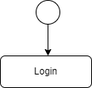
This is SE PRAC/LAB 4/Activity Diagram.drawio.png from angreatharva/SPIT-FYMCA, a draw.io export, as it was before one commit. Source tidied: cells renumbered, new cells last; positions are measured from the earlier drawing's top-left corner, leaving out a move shared by most shapes.
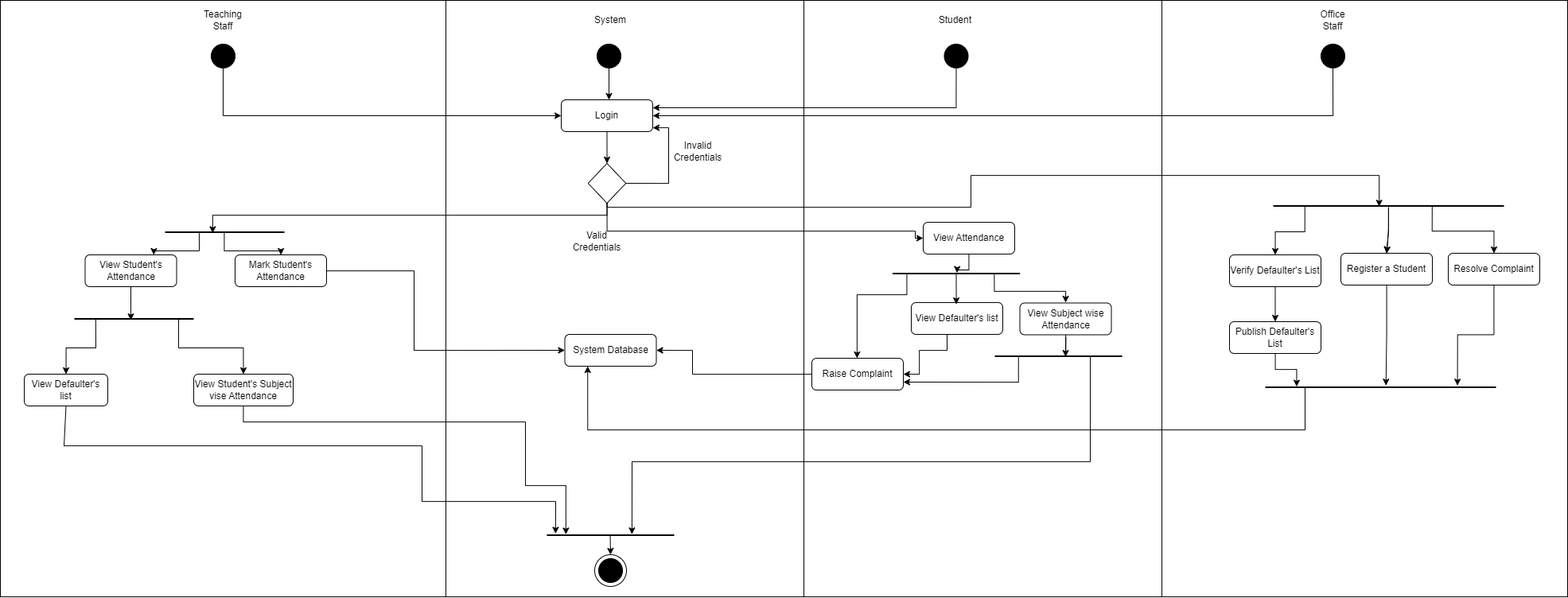
Later version of the same file.

The edit, as a diff of the source:
```diff
@@ -2,14 +2,346 @@
   <root>
     <mxCell id="0" />
     <mxCell id="1" parent="0" />
+    <mxCell id="5" style="rounded=0;whiteSpace=wrap;html=1;" parent="1" vertex="1">
+      <mxGeometry x="755" y="-55" width="510" height="750" as="geometry" />
+    </mxCell>
+    <mxCell id="6" style="rounded=0;whiteSpace=wrap;html=1;" parent="1" vertex="1">
+      <mxGeometry x="305" y="-55" width="450" height="750" as="geometry" />
+    </mxCell>
+    <mxCell id="7" style="rounded=0;whiteSpace=wrap;html=1;" parent="1" vertex="1">
+      <mxGeometry x="-145" y="-55" width="450" height="750" as="geometry" />
+    </mxCell>
+    <mxCell id="8" style="rounded=0;whiteSpace=wrap;html=1;" parent="1" vertex="1">
+      <mxGeometry x="-705" y="-55" width="560" height="750" as="geometry" />
+    </mxCell>
+    <mxCell id="9" style="ellipse;whiteSpace=wrap;html=1;fontSize=9;" parent="1" vertex="1">
+      <mxGeometry x="42" y="642" width="40" height="40" as="geometry" />
+    </mxCell>
     <mxCell id="2" style="edgeStyle=orthogonalEdgeStyle;rounded=0;jettySize=auto;html=1;entryX=0.522;entryY=0;entryDx=0;entryDy=0;entryPerimeter=0;" parent="1" edge="1" source="3" target="4">
       <mxGeometry relative="1" as="geometry" />
     </mxCell>
-    <mxCell id="3" style="ellipse;whiteSpace=wrap;html=1;fillStyle=solid;" parent="1" vertex="1">
+    <mxCell id="3" style="ellipse;whiteSpace=wrap;html=1;fillStyle=solid;fillColor=#000000;" parent="1" vertex="1">
       <mxGeometry x="45" width="30" height="30" as="geometry" />
     </mxCell>
     <mxCell id="4" value="Login" style="rounded=1;whiteSpace=wrap;html=1;" parent="1" vertex="1">
       <mxGeometry y="70" width="115" height="40" as="geometry" />
     </mxCell>
+    <mxCell id="10" style="ellipse;whiteSpace=wrap;html=1;fillStyle=solid;fillColor=#000000;fontSize=9;" parent="1" vertex="1">
+      <mxGeometry x="47" y="647" width="30" height="30" as="geometry" />
+    </mxCell>
+    <mxCell id="11" style="edgeStyle=orthogonalEdgeStyle;rounded=0;jettySize=auto;html=1;entryX=0.5;entryY=0;entryDx=0;entryDy=0;" parent="1" edge="1" source="4" target="15">
+      <mxGeometry relative="1" as="geometry" />
+    </mxCell>
+    <mxCell id="12" style="edgeStyle=orthogonalEdgeStyle;rounded=0;jettySize=auto;html=1;exitX=1;exitY=0.5;exitDx=0;exitDy=0;" parent="1" edge="1" source="15" target="4">
+      <mxGeometry relative="1" as="geometry">
+        <Array as="points">
+          <mxPoint x="135" y="175" />
+          <mxPoint x="135" y="105" />
+        </Array>
+      </mxGeometry>
+    </mxCell>
+    <mxCell id="13" style="edgeStyle=orthogonalEdgeStyle;rounded=0;jettySize=auto;html=1;entryX=0;entryY=0.5;entryDx=0;entryDy=0;" parent="1" edge="1" source="15" target="31">
+      <mxGeometry relative="1" as="geometry">
+        <Array as="points">
+          <mxPoint x="58" y="235" />
+          <mxPoint x="445" y="235" />
+          <mxPoint x="445" y="244" />
+        </Array>
+      </mxGeometry>
+    </mxCell>
+    <mxCell id="14" style="edgeStyle=orthogonalEdgeStyle;rounded=0;jettySize=auto;html=1;entryX=0.46;entryY=0.618;entryDx=0;entryDy=0;entryPerimeter=0;exitX=0.5;exitY=1;exitDx=0;exitDy=0;" parent="1" edge="1" source="15" target="64">
+      <mxGeometry relative="1" as="geometry">
+        <Array as="points">
+          <mxPoint x="58" y="205" />
+          <mxPoint x="515" y="205" />
+          <mxPoint x="515" y="165" />
+          <mxPoint x="1028" y="165" />
+          <mxPoint x="1028" y="204" />
+        </Array>
+      </mxGeometry>
+    </mxCell>
+    <mxCell id="15" style="rhombus;whiteSpace=wrap;html=1;" parent="1" vertex="1">
+      <mxGeometry x="33.8" y="150" width="47.5" height="50" as="geometry" />
+    </mxCell>
+    <mxCell id="16" value="Valid Credentials" style="text;html=1;align=center;verticalAlign=middle;whiteSpace=wrap;rounded=0;" parent="1" vertex="1">
+      <mxGeometry x="15" y="233" width="60" height="30" as="geometry" />
+    </mxCell>
+    <mxCell id="17" value="Invalid Credentials" style="text;html=1;align=center;verticalAlign=middle;whiteSpace=wrap;rounded=0;" parent="1" vertex="1">
+      <mxGeometry x="142" y="120" width="60" height="30" as="geometry" />
+    </mxCell>
+    <mxCell id="18" style="edgeStyle=orthogonalEdgeStyle;rounded=0;jettySize=auto;html=1;entryX=0.5;entryY=0;entryDx=0;entryDy=0;exitX=0.497;exitY=0.477;exitDx=0;exitDy=0;exitPerimeter=0;" parent="1" edge="1" source="19" target="9">
+      <mxGeometry relative="1" as="geometry" />
+    </mxCell>
+    <mxCell id="19" style="line;strokeWidth=2;html=1;" parent="1" vertex="1">
+      <mxGeometry x="-18" y="614" width="160" height="7" as="geometry" />
+    </mxCell>
+    <mxCell id="20" value="System" style="text;html=1;align=center;verticalAlign=middle;whiteSpace=wrap;rounded=0;" parent="1" vertex="1">
+      <mxGeometry x="32" y="-45" width="60" height="30" as="geometry" />
+    </mxCell>
+    <mxCell id="21" value="Student&amp;nbsp;" style="text;html=1;align=center;verticalAlign=middle;whiteSpace=wrap;rounded=0;" parent="1" vertex="1">
+      <mxGeometry x="466.5" y="-45" width="60" height="30" as="geometry" />
+    </mxCell>
+    <mxCell id="22" value="Teaching Staff&lt;span style=&quot;color: rgba(0, 0, 0, 0); font-family: monospace; font-size: 0px; text-align: start; text-wrap: nowrap;&quot;&gt;%3CmxGraphModel%3E%3Croot%3E%3CmxCell%20id%3D%220%22%2F%3E%3CmxCell%20id%3D%221%22%20parent%3D%220%22%2F%3E%3CmxCell%20id%3D%222%22%20value%3D%22Student%26amp%3Bnbsp%3B%22%20style%3D%22text%3Bhtml%3D1%3Balign%3Dcenter%3BverticalAlign%3Dmiddle%3BwhiteSpace%3Dwrap%3Brounded%3D0%3B%22%20vertex%3D%221%22%20parent%3D%221%22%3E%3CmxGeometry%20x%3D%22761.5%22%20y%3D%22-60%22%20width%3D%2260%22%20height%3D%2230%22%20as%3D%22geometry%22%2F%3E%3C%2FmxCell%3E%3C%2Froot%3E%3C%2FmxGraphModel%3E&lt;/span&gt;" style="text;html=1;align=center;verticalAlign=middle;whiteSpace=wrap;rounded=0;" parent="1" vertex="1">
+      <mxGeometry x="-455" y="-45" width="60" height="30" as="geometry" />
+    </mxCell>
+    <mxCell id="23" value="Office Staff" style="text;html=1;align=center;verticalAlign=middle;whiteSpace=wrap;rounded=0;" parent="1" vertex="1">
+      <mxGeometry x="940" y="-45" width="60" height="30" as="geometry" />
+    </mxCell>
+    <mxCell id="24" style="edgeStyle=orthogonalEdgeStyle;rounded=0;jettySize=auto;html=1;entryX=0;entryY=0.5;entryDx=0;entryDy=0;" parent="1" edge="1" source="25" target="4">
+      <mxGeometry relative="1" as="geometry">
+        <Array as="points">
+          <mxPoint x="-425" y="90" />
+        </Array>
+      </mxGeometry>
+    </mxCell>
+    <mxCell id="25" style="ellipse;whiteSpace=wrap;html=1;fillStyle=solid;fillColor=#000000;" parent="1" vertex="1">
+      <mxGeometry x="-440" width="30" height="30" as="geometry" />
+    </mxCell>
+    <mxCell id="26" style="edgeStyle=orthogonalEdgeStyle;rounded=0;jettySize=auto;html=1;entryX=1;entryY=0.25;entryDx=0;entryDy=0;" parent="1" edge="1" source="27" target="4">
+      <mxGeometry relative="1" as="geometry">
+        <Array as="points">
+          <mxPoint x="497" y="80" />
+        </Array>
+      </mxGeometry>
+    </mxCell>
+    <mxCell id="27" style="ellipse;whiteSpace=wrap;html=1;fillStyle=solid;fillColor=#000000;" parent="1" vertex="1">
+      <mxGeometry x="481.5" width="30" height="30" as="geometry" />
+    </mxCell>
+    <mxCell id="28" style="edgeStyle=orthogonalEdgeStyle;rounded=0;jettySize=auto;html=1;entryX=1;entryY=0.5;entryDx=0;entryDy=0;" parent="1" edge="1" source="29" target="4">
+      <mxGeometry relative="1" as="geometry">
+        <Array as="points">
+          <mxPoint x="970" y="90" />
+        </Array>
+      </mxGeometry>
+    </mxCell>
+    <mxCell id="29" style="ellipse;whiteSpace=wrap;html=1;fillStyle=solid;fillColor=#000000;" parent="1" vertex="1">
+      <mxGeometry x="955" width="30" height="30" as="geometry" />
+    </mxCell>
+    <mxCell id="30" value="View Student's Attendance" style="rounded=1;whiteSpace=wrap;html=1;" parent="1" vertex="1">
+      <mxGeometry x="-598.5" y="265" width="115" height="40" as="geometry" />
+    </mxCell>
+    <mxCell id="31" value="View Attendance" style="rounded=1;whiteSpace=wrap;html=1;" parent="1" vertex="1">
+      <mxGeometry x="455" y="224" width="115" height="40" as="geometry" />
+    </mxCell>
+    <mxCell id="32" style="edgeStyle=orthogonalEdgeStyle;rounded=0;jettySize=auto;html=1;entryX=1;entryY=0.5;entryDx=0;entryDy=0;" parent="1" edge="1" source="33" target="34">
+      <mxGeometry relative="1" as="geometry">
+        <Array as="points">
+          <mxPoint x="485" y="385" />
+          <mxPoint x="450" y="385" />
+          <mxPoint x="450" y="415" />
+        </Array>
+      </mxGeometry>
+    </mxCell>
+    <mxCell id="33" value="View Defaulter's list" style="rounded=1;whiteSpace=wrap;html=1;" parent="1" vertex="1">
+      <mxGeometry x="440" y="325" width="115" height="40" as="geometry" />
+    </mxCell>
+    <mxCell id="34" value="Raise Complai&lt;span style=&quot;color: rgba(0, 0, 0, 0); font-family: monospace; font-size: 0px; text-align: start; text-wrap: nowrap;&quot;&gt;%3CmxGraphModel%3E%3Croot%3E%3CmxCell%20id%3D%220%22%2F%3E%3CmxCell%20id%3D%221%22%20parent%3D%220%22%2F%3E%3CmxCell%20id%3D%222%22%20value%3D%22View%20Attendance%22%20style%3D%22rounded%3D1%3BwhiteSpace%3Dwrap%3Bhtml%3D1%3B%22%20vertex%3D%221%22%20parent%3D%221%22%3E%3CmxGeometry%20x%3D%22200%22%20y%3D%22260%22%20width%3D%22115%22%20height%3D%2240%22%20as%3D%22geometry%22%2F%3E%3C%2FmxCell%3E%3C%2Froot%3E%3C%2FmxGraphModel%3E&lt;/span&gt;nt" style="rounded=1;whiteSpace=wrap;html=1;" parent="1" vertex="1">
+      <mxGeometry x="315" y="395" width="115" height="40" as="geometry" />
+    </mxCell>
+    <mxCell id="35" style="edgeStyle=orthogonalEdgeStyle;rounded=0;jettySize=auto;html=1;entryX=0.5;entryY=0;entryDx=0;entryDy=0;exitX=0.799;exitY=0.462;exitDx=0;exitDy=0;exitPerimeter=0;" parent="1" edge="1" source="37">
+      <mxGeometry relative="1" as="geometry">
+        <mxPoint x="634" y="325" as="targetPoint" />
+        <Array as="points">
+          <mxPoint x="544" y="311" />
+          <mxPoint x="634" y="311" />
+        </Array>
+      </mxGeometry>
+    </mxCell>
+    <mxCell id="36" style="edgeStyle=orthogonalEdgeStyle;rounded=0;jettySize=auto;html=1;exitX=0.112;exitY=0.504;exitDx=0;exitDy=0;exitPerimeter=0;" parent="1" edge="1" source="37" target="34">
+      <mxGeometry relative="1" as="geometry">
+        <Array as="points">
+          <mxPoint x="434" y="315" />
+          <mxPoint x="372" y="315" />
+        </Array>
+      </mxGeometry>
+    </mxCell>
+    <mxCell id="37" style="line;strokeWidth=2;html=1;" parent="1" vertex="1">
+      <mxGeometry x="416.5" y="285" width="160" height="7" as="geometry" />
+    </mxCell>
+    <mxCell id="38" style="edgeStyle=orthogonalEdgeStyle;rounded=0;jettySize=auto;html=1;entryX=0.506;entryY=0.371;entryDx=0;entryDy=0;entryPerimeter=0;" parent="1" edge="1" source="31" target="37">
+      <mxGeometry relative="1" as="geometry" />
+    </mxCell>
+    <mxCell id="39" value="View Defaulter's list" style="rounded=1;whiteSpace=wrap;html=1;" parent="1" vertex="1">
+      <mxGeometry x="-675" y="415" width="105" height="40" as="geometry" />
+    </mxCell>
+    <mxCell id="40" style="edgeStyle=orthogonalEdgeStyle;rounded=0;jettySize=auto;html=1;entryX=0.5;entryY=0;entryDx=0;entryDy=0;exitX=0.5;exitY=0.547;exitDx=0;exitDy=0;exitPerimeter=0;" parent="1" edge="1" source="42" target="44">
+      <mxGeometry relative="1" as="geometry">
+        <Array as="points">
+          <mxPoint x="-481" y="346" />
+          <mxPoint x="-481" y="382" />
+          <mxPoint x="-400" y="382" />
+        </Array>
+      </mxGeometry>
+    </mxCell>
+    <mxCell id="41" style="edgeStyle=orthogonalEdgeStyle;rounded=0;jettySize=auto;html=1;entryX=0.5;entryY=0;entryDx=0;entryDy=0;exitX=0.179;exitY=0.516;exitDx=0;exitDy=0;exitPerimeter=0;" parent="1" edge="1" source="42" target="39">
+      <mxGeometry relative="1" as="geometry">
+        <Array as="points">
+          <mxPoint x="-585" y="382" />
+          <mxPoint x="-622" y="382" />
+        </Array>
+      </mxGeometry>
+    </mxCell>
+    <mxCell id="42" style="line;strokeWidth=2;html=1;" parent="1" vertex="1">
+      <mxGeometry x="-612" y="342" width="150" height="7" as="geometry" />
+    </mxCell>
+    <mxCell id="43" style="edgeStyle=orthogonalEdgeStyle;rounded=0;jettySize=auto;html=1;entryX=0.473;entryY=0.745;entryDx=0;entryDy=0;entryPerimeter=0;" parent="1" edge="1" source="30" target="42">
+      <mxGeometry relative="1" as="geometry" />
+    </mxCell>
+    <mxCell id="44" value="View Student's Subject vise Attendance" style="rounded=1;whiteSpace=wrap;html=1;" parent="1" vertex="1">
+      <mxGeometry x="-462" y="415" width="125" height="40" as="geometry" />
+    </mxCell>
+    <mxCell id="45" style="edgeStyle=orthogonalEdgeStyle;rounded=0;jettySize=auto;html=1;entryX=0.149;entryY=0.355;entryDx=0;entryDy=0;entryPerimeter=0;" parent="1" edge="1" source="44" target="19">
+      <mxGeometry relative="1" as="geometry">
+        <Array as="points">
+          <mxPoint x="-400" y="475" />
+          <mxPoint x="-45" y="475" />
+          <mxPoint x="-45" y="555" />
+          <mxPoint x="6" y="555" />
+        </Array>
+      </mxGeometry>
+    </mxCell>
+    <mxCell id="46" style="edgeStyle=orthogonalEdgeStyle;rounded=0;jettySize=auto;html=1;entryX=0.068;entryY=0.222;entryDx=0;entryDy=0;exitX=0.5;exitY=1;exitDx=0;exitDy=0;entryPerimeter=0;" parent="1" edge="1" source="39" target="19">
+      <mxGeometry relative="1" as="geometry">
+        <Array as="points">
+          <mxPoint x="-625" y="455" />
+          <mxPoint x="-625" y="505" />
+          <mxPoint x="-175" y="505" />
+          <mxPoint x="-175" y="575" />
+          <mxPoint x="-7" y="575" />
+        </Array>
+      </mxGeometry>
+    </mxCell>
+    <mxCell id="47" style="edgeStyle=orthogonalEdgeStyle;rounded=0;jettySize=auto;html=1;entryX=0.75;entryY=0;entryDx=0;entryDy=0;exitX=0.286;exitY=0.542;exitDx=0;exitDy=0;exitPerimeter=0;" parent="1" edge="1" source="49" target="30">
+      <mxGeometry relative="1" as="geometry">
+        <Array as="points">
+          <mxPoint x="-455" y="260" />
+          <mxPoint x="-512" y="260" />
+        </Array>
+      </mxGeometry>
+    </mxCell>
+    <mxCell id="48" style="edgeStyle=orthogonalEdgeStyle;rounded=0;jettySize=auto;html=1;entryX=0.5;entryY=0;entryDx=0;entryDy=0;exitX=0.496;exitY=0.556;exitDx=0;exitDy=0;exitPerimeter=0;" parent="1" edge="1" source="49" target="51">
+      <mxGeometry relative="1" as="geometry" />
+    </mxCell>
+    <mxCell id="49" style="line;strokeWidth=2;html=1;" parent="1" vertex="1">
+      <mxGeometry x="-498" y="233" width="150" height="7" as="geometry" />
+    </mxCell>
+    <mxCell id="50" style="edgeStyle=orthogonalEdgeStyle;rounded=0;jettySize=auto;html=1;entryX=0;entryY=0.5;entryDx=0;entryDy=0;" parent="1" edge="1" source="51" target="52">
+      <mxGeometry relative="1" as="geometry">
+        <Array as="points">
+          <mxPoint x="-185" y="285" />
+          <mxPoint x="-185" y="385" />
+        </Array>
+      </mxGeometry>
+    </mxCell>
+    <mxCell id="51" value="Mark Student's Attendance" style="rounded=1;whiteSpace=wrap;html=1;" parent="1" vertex="1">
+      <mxGeometry x="-410" y="265" width="115" height="40" as="geometry" />
+    </mxCell>
+    <mxCell id="52" value="System Database" style="rounded=1;whiteSpace=wrap;html=1;" parent="1" vertex="1">
+      <mxGeometry x="4.5" y="365" width="115" height="40" as="geometry" />
+    </mxCell>
+    <mxCell id="53" style="edgeStyle=orthogonalEdgeStyle;rounded=0;jettySize=auto;html=1;entryX=0.399;entryY=0.653;entryDx=0;entryDy=0;entryPerimeter=0;" parent="1" edge="1" source="15" target="49">
+      <mxGeometry relative="1" as="geometry">
+        <Array as="points">
+          <mxPoint x="58" y="215" />
+          <mxPoint x="-438" y="215" />
+        </Array>
+      </mxGeometry>
+    </mxCell>
+    <mxCell id="54" value="View Subject wise Attendance" style="rounded=1;whiteSpace=wrap;html=1;" parent="1" vertex="1">
+      <mxGeometry x="576.5" y="325.5" width="115" height="40" as="geometry" />
+    </mxCell>
+    <mxCell id="55" style="edgeStyle=orthogonalEdgeStyle;rounded=0;jettySize=auto;html=1;entryX=0.492;entryY=0.052;entryDx=0;entryDy=0;entryPerimeter=0;exitX=0.5;exitY=0.559;exitDx=0;exitDy=0;exitPerimeter=0;" parent="1" edge="1" source="37" target="33">
+      <mxGeometry relative="1" as="geometry" />
+    </mxCell>
+    <mxCell id="56" style="edgeStyle=orthogonalEdgeStyle;rounded=0;jettySize=auto;html=1;entryX=1;entryY=0.5;entryDx=0;entryDy=0;" parent="1" edge="1" source="34" target="52">
+      <mxGeometry relative="1" as="geometry">
+        <Array as="points">
+          <mxPoint x="165" y="415" />
+          <mxPoint x="165" y="385" />
+        </Array>
+      </mxGeometry>
+    </mxCell>
+    <mxCell id="57" style="edgeStyle=orthogonalEdgeStyle;rounded=0;jettySize=auto;html=1;entryX=0.668;entryY=0.327;entryDx=0;entryDy=0;entryPerimeter=0;exitX=0.75;exitY=0.5;exitDx=0;exitDy=0;exitPerimeter=0;" parent="1" edge="1" source="74" target="19">
+      <mxGeometry relative="1" as="geometry">
+        <Array as="points">
+          <mxPoint x="665" y="525" />
+          <mxPoint x="89" y="525" />
+        </Array>
+      </mxGeometry>
+    </mxCell>
+    <mxCell id="58" style="edgeStyle=orthogonalEdgeStyle;rounded=0;jettySize=auto;html=1;entryX=0.5;entryY=0;entryDx=0;entryDy=0;" parent="1" edge="1" source="59" target="65">
+      <mxGeometry relative="1" as="geometry" />
+    </mxCell>
+    <mxCell id="59" value="Verify Defaulter's List" style="rounded=1;whiteSpace=wrap;html=1;" parent="1" vertex="1">
+      <mxGeometry x="840" y="265" width="115" height="40" as="geometry" />
+    </mxCell>
+    <mxCell id="60" style="edgeStyle=orthogonalEdgeStyle;rounded=0;jettySize=auto;html=1;entryX=0.5;entryY=0;entryDx=0;entryDy=0;exitX=0.137;exitY=0.503;exitDx=0;exitDy=0;exitPerimeter=0;" parent="1" edge="1" source="64" target="59">
+      <mxGeometry relative="1" as="geometry">
+        <Array as="points">
+          <mxPoint x="935" y="236" />
+          <mxPoint x="897" y="236" />
+        </Array>
+      </mxGeometry>
+    </mxCell>
+    <mxCell id="61" style="edgeStyle=orthogonalEdgeStyle;rounded=0;jettySize=auto;html=1;entryX=0.5;entryY=0;entryDx=0;entryDy=0;" parent="1" edge="1" source="64" target="67">
+      <mxGeometry relative="1" as="geometry" />
+    </mxCell>
+    <mxCell id="62" style="edgeStyle=orthogonalEdgeStyle;rounded=0;jettySize=auto;html=1;entryX=0.5;entryY=0;entryDx=0;entryDy=0;exitX=0.689;exitY=0.628;exitDx=0;exitDy=0;exitPerimeter=0;" parent="1" edge="1" source="64" target="66">
+      <mxGeometry relative="1" as="geometry">
+        <Array as="points">
+          <mxPoint x="1095" y="235" />
+          <mxPoint x="1173" y="235" />
+        </Array>
+      </mxGeometry>
+    </mxCell>
+    <mxCell id="63" style="edgeStyle=orthogonalEdgeStyle;rounded=0;jettySize=auto;html=1;exitX=0.5;exitY=0.691;exitDx=0;exitDy=0;exitPerimeter=0;" parent="1" edge="1" source="64" target="67">
+      <mxGeometry relative="1" as="geometry" />
+    </mxCell>
+    <mxCell id="64" style="line;strokeWidth=2;html=1;" parent="1" vertex="1">
+      <mxGeometry x="895" y="200" width="290" height="7" as="geometry" />
+    </mxCell>
+    <mxCell id="65" value="Publish Defaulter's List" style="rounded=1;whiteSpace=wrap;html=1;" parent="1" vertex="1">
+      <mxGeometry x="840" y="349" width="115" height="40" as="geometry" />
+    </mxCell>
+    <mxCell id="66" value="Resolve Complaint" style="rounded=1;whiteSpace=wrap;html=1;" parent="1" vertex="1">
+      <mxGeometry x="1115" y="263" width="115" height="40" as="geometry" />
+    </mxCell>
+    <mxCell id="67" value="Register a Student" style="rounded=1;whiteSpace=wrap;html=1;" parent="1" vertex="1">
+      <mxGeometry x="980" y="263" width="115" height="40" as="geometry" />
+    </mxCell>
+    <mxCell id="68" style="edgeStyle=orthogonalEdgeStyle;rounded=0;jettySize=auto;html=1;entryX=0.25;entryY=1;entryDx=0;entryDy=0;exitX=0.498;exitY=0.478;exitDx=0;exitDy=0;exitPerimeter=0;" parent="1" edge="1" source="69" target="52">
+      <mxGeometry relative="1" as="geometry">
+        <Array as="points">
+          <mxPoint x="935" y="431" />
+          <mxPoint x="935" y="485" />
+          <mxPoint x="33" y="485" />
+        </Array>
+      </mxGeometry>
+    </mxCell>
+    <mxCell id="69" style="line;strokeWidth=2;html=1;" parent="1" vertex="1">
+      <mxGeometry x="885" y="428" width="290" height="7" as="geometry" />
+    </mxCell>
+    <mxCell id="70" style="edgeStyle=orthogonalEdgeStyle;rounded=0;jettySize=auto;html=1;entryX=0.136;entryY=0.373;entryDx=0;entryDy=0;entryPerimeter=0;" parent="1" edge="1" source="65" target="69">
+      <mxGeometry relative="1" as="geometry" />
+    </mxCell>
+    <mxCell id="71" style="edgeStyle=orthogonalEdgeStyle;rounded=0;jettySize=auto;html=1;entryX=0.523;entryY=0.181;entryDx=0;entryDy=0;entryPerimeter=0;" parent="1" edge="1" source="67" target="69">
+      <mxGeometry relative="1" as="geometry" />
+    </mxCell>
+    <mxCell id="72" style="edgeStyle=orthogonalEdgeStyle;rounded=0;jettySize=auto;html=1;entryX=0.833;entryY=0.181;entryDx=0;entryDy=0;entryPerimeter=0;" parent="1" edge="1" source="66" target="69">
+      <mxGeometry relative="1" as="geometry" />
+    </mxCell>
+    <mxCell id="73" style="edgeStyle=orthogonalEdgeStyle;rounded=0;jettySize=auto;html=1;entryX=1;entryY=0.75;entryDx=0;entryDy=0;exitX=0.186;exitY=0.566;exitDx=0;exitDy=0;exitPerimeter=0;" parent="1" edge="1" source="74" target="34">
+      <mxGeometry relative="1" as="geometry">
+        <Array as="points">
+          <mxPoint x="575" y="425" />
+        </Array>
+      </mxGeometry>
+    </mxCell>
+    <mxCell id="74" style="line;strokeWidth=2;html=1;" parent="1" vertex="1">
+      <mxGeometry x="545" y="389" width="160" height="7" as="geometry" />
+    </mxCell>
+    <mxCell id="75" style="edgeStyle=orthogonalEdgeStyle;rounded=0;jettySize=auto;html=1;entryX=0.556;entryY=0.594;entryDx=0;entryDy=0;entryPerimeter=0;" parent="1" edge="1" source="54" target="74">
+      <mxGeometry relative="1" as="geometry" />
+    </mxCell>
   </root>
 </mxGraphModel>
```
